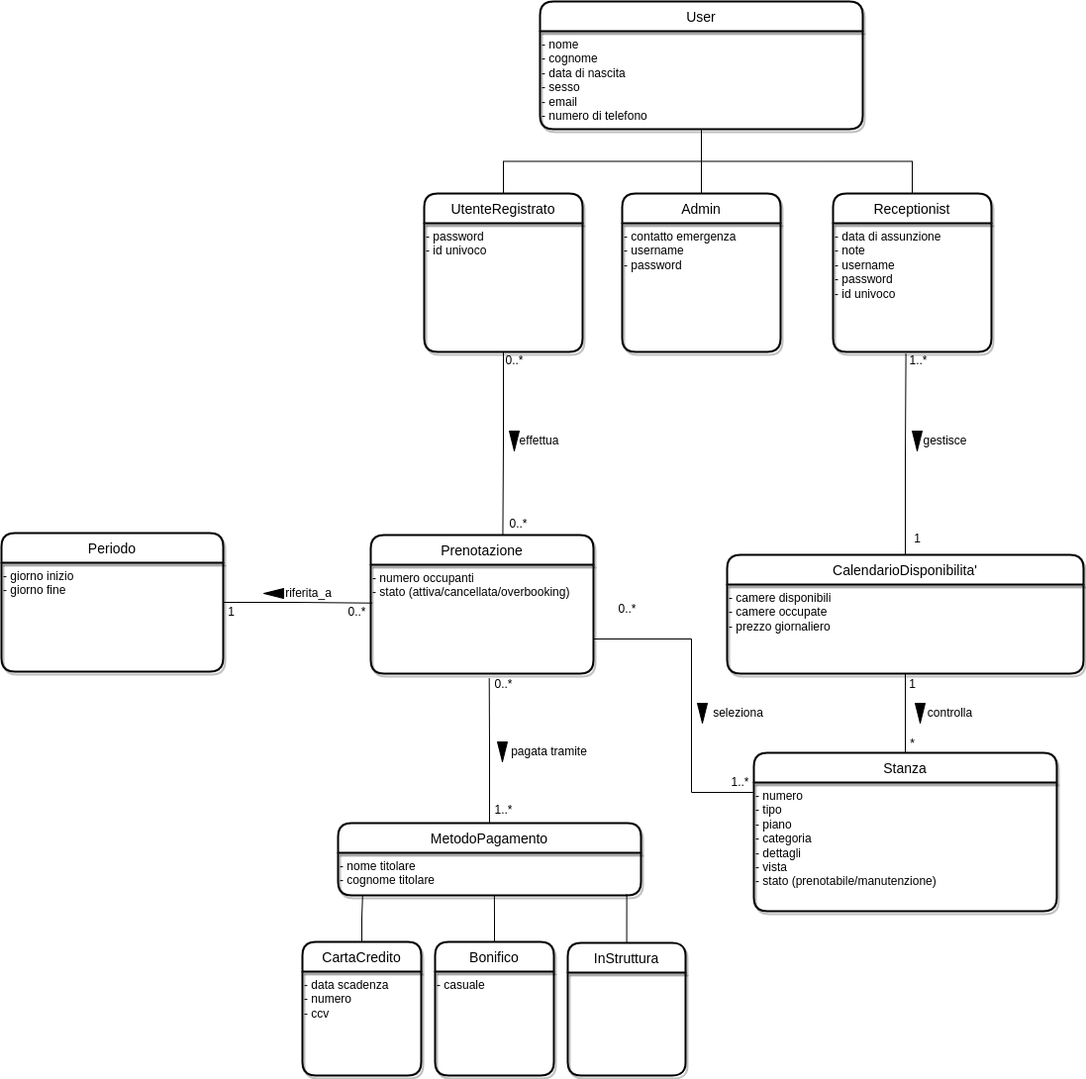
This is Documentazione/ModelloConcettuale3.drawio.png from riccardobeniamino/ProgWebGruppo3, a draw.io export, as it was before one commit. Source tidied: cells renumbered, new cells last; positions are measured from the earlier drawing's top-left corner, leaving out a move shared by most shapes.
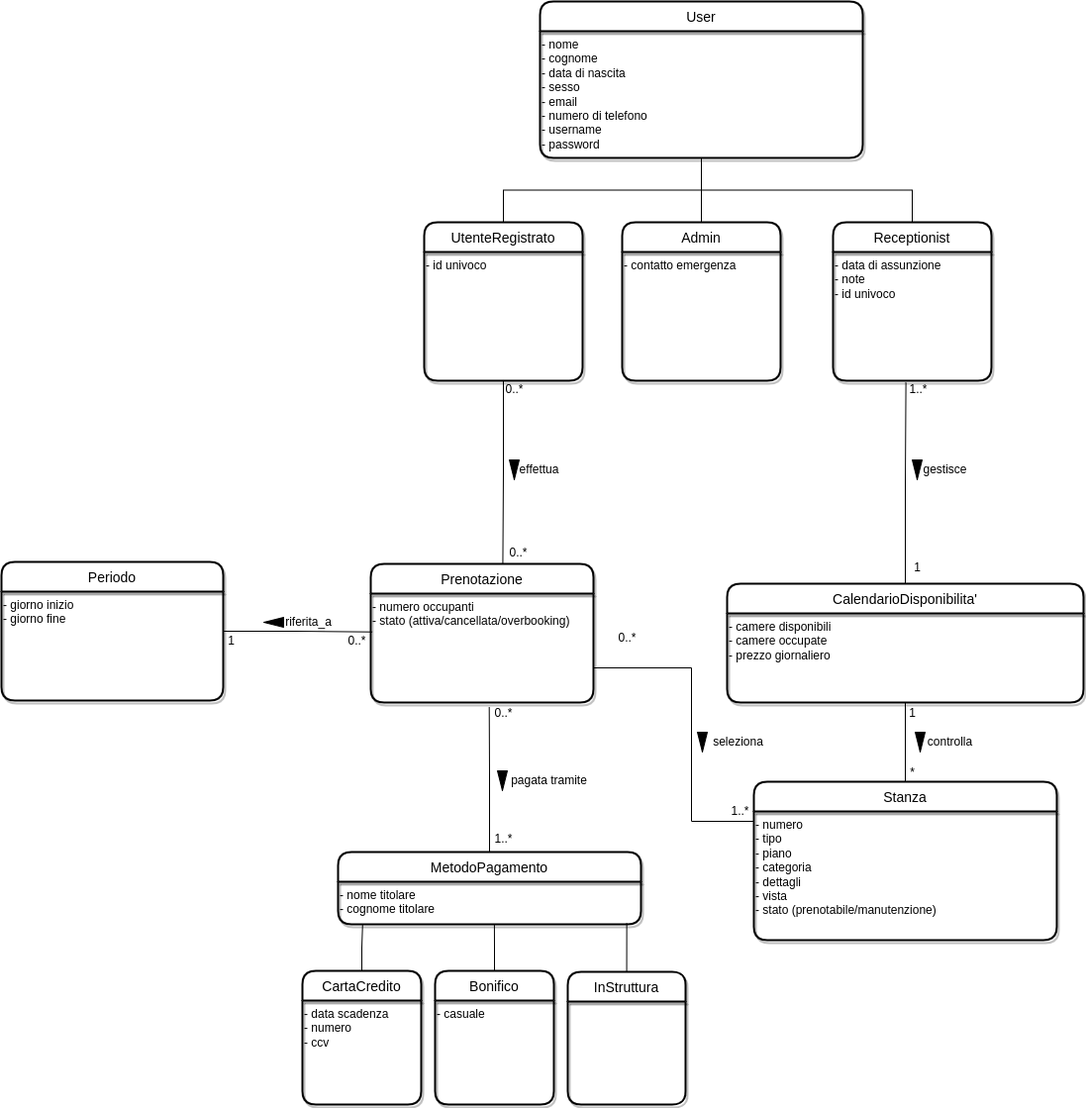
Later version of the same file.

Diff of the diagram source:
```diff
@@ -3,10 +3,10 @@
     <mxCell id="0" />
     <mxCell id="1" parent="0" />
     <mxCell id="2" value="User" style="swimlane;horizontal=1;startSize=30;rounded=1;fontSize=14;fontStyle=0;strokeWidth=2;shadow=1;dashed=0;align=center;gradientColor=none;" parent="1" vertex="1">
-      <mxGeometry x="544" width="326" height="129" as="geometry" />
+      <mxGeometry x="544" y="-29" width="326" height="158" as="geometry" />
     </mxCell>
-    <mxCell id="3" value="&lt;span&gt;- nome&lt;/span&gt;&lt;br&gt;&lt;span&gt;- cognome&lt;/span&gt;&lt;br&gt;&lt;span&gt;- data di nascita&lt;/span&gt;&lt;br&gt;&lt;span&gt;- sesso&lt;/span&gt;&lt;br&gt;&lt;span&gt;- email&lt;/span&gt;&lt;br&gt;&lt;span&gt;- numero di telefono&lt;/span&gt;" style="text;html=1;align=left;verticalAlign=top;points=[];strokeColor=none;fillColor=none;" parent="2" vertex="1">
-      <mxGeometry y="30" width="326" height="99" as="geometry" />
+    <mxCell id="3" value="&lt;span&gt;- nome&lt;/span&gt;&lt;br&gt;&lt;span&gt;- cognome&lt;/span&gt;&lt;br&gt;&lt;span&gt;- data di nascita&lt;/span&gt;&lt;br&gt;&lt;span&gt;- sesso&lt;/span&gt;&lt;br&gt;&lt;span&gt;- email&lt;/span&gt;&lt;br&gt;&lt;span&gt;- numero di telefono&lt;br&gt;- username&lt;br&gt;- password&lt;br&gt;&lt;/span&gt;" style="text;html=1;align=left;verticalAlign=top;points=[];strokeColor=none;fillColor=none;" parent="2" vertex="1">
+      <mxGeometry y="30" width="326" height="128" as="geometry" />
     </mxCell>
     <mxCell id="4" style="edgeStyle=orthogonalEdgeStyle;rounded=0;jettySize=auto;html=1;exitX=0.5;exitY=0;exitDx=0;exitDy=0;entryX=0.5;entryY=1;entryDx=0;entryDy=0;endArrow=none;endFill=0;" parent="1" edge="1" source="53" target="2">
       <mxGeometry relative="1" as="geometry" />
@@ -17,7 +17,7 @@
     <mxCell id="6" value="Receptionist" style="swimlane;horizontal=1;startSize=30;rounded=1;fontSize=14;fontStyle=0;strokeWidth=2;shadow=1;dashed=0;align=center;gradientColor=none;" parent="1" vertex="1">
       <mxGeometry x="840" y="194" width="160" height="160" as="geometry" />
     </mxCell>
-    <mxCell id="7" value="- data di assunzione&lt;br&gt;- note&lt;br&gt;- username&lt;br&gt;- password&lt;br&gt;- id univoco" style="text;html=1;align=left;verticalAlign=top;points=[];strokeColor=none;fillColor=none;" parent="6" vertex="1">
+    <mxCell id="7" value="- data di assunzione&lt;br&gt;- note&lt;br&gt;- id univoco" style="text;html=1;align=left;verticalAlign=top;points=[];strokeColor=none;fillColor=none;" parent="6" vertex="1">
       <mxGeometry y="30" width="160" height="130" as="geometry" />
     </mxCell>
     <mxCell id="8" style="edgeStyle=orthogonalEdgeStyle;rounded=0;jettySize=auto;html=1;exitX=0.5;exitY=0;exitDx=0;exitDy=0;endArrow=none;endFill=0;" parent="1" edge="1" source="9" target="3">
@@ -26,7 +26,7 @@
     <mxCell id="9" value="Admin" style="swimlane;horizontal=1;startSize=30;rounded=1;fontSize=14;fontStyle=0;strokeWidth=2;shadow=1;dashed=0;align=center;gradientColor=none;" parent="1" vertex="1">
       <mxGeometry x="627" y="194" width="160" height="160" as="geometry" />
     </mxCell>
-    <mxCell id="10" value="- contatto emergenza&lt;br&gt;- username&lt;br&gt;- password" style="text;html=1;align=left;verticalAlign=top;strokeColor=none;fillColor=none;" parent="9" vertex="1">
+    <mxCell id="10" value="- contatto emergenza" style="text;html=1;align=left;verticalAlign=top;strokeColor=none;fillColor=none;" parent="9" vertex="1">
       <mxGeometry y="30" width="160" height="130" as="geometry" />
     </mxCell>
     <mxCell id="11" style="edgeStyle=orthogonalEdgeStyle;rounded=0;jettySize=auto;html=1;exitX=0;exitY=0.25;exitDx=0;exitDy=0;endArrow=none;endFill=0;" parent="1" edge="1" source="12">
@@ -162,7 +162,7 @@
     <mxCell id="53" value="UtenteRegistrato" style="swimlane;horizontal=1;startSize=30;rounded=1;fontSize=14;fontStyle=0;strokeWidth=2;shadow=1;dashed=0;align=center;gradientColor=none;" parent="1" vertex="1">
       <mxGeometry x="427" y="194" width="160" height="160" as="geometry" />
     </mxCell>
-    <mxCell id="54" value="- password&lt;br&gt;- id univoco&lt;br&gt;&lt;div&gt;&lt;br&gt;&lt;/div&gt;" style="text;html=1;align=left;verticalAlign=top;points=[];strokeColor=none;fillColor=none;" parent="53" vertex="1">
+    <mxCell id="54" value="- id univoco&lt;br&gt;&lt;div&gt;&lt;br&gt;&lt;/div&gt;" style="text;html=1;align=left;verticalAlign=top;points=[];strokeColor=none;fillColor=none;" parent="53" vertex="1">
       <mxGeometry y="30" width="160" height="130" as="geometry" />
     </mxCell>
     <mxCell id="55" style="triangle;whiteSpace=wrap;html=1;direction=south;fillColor=#000000;" parent="1" vertex="1">
```
